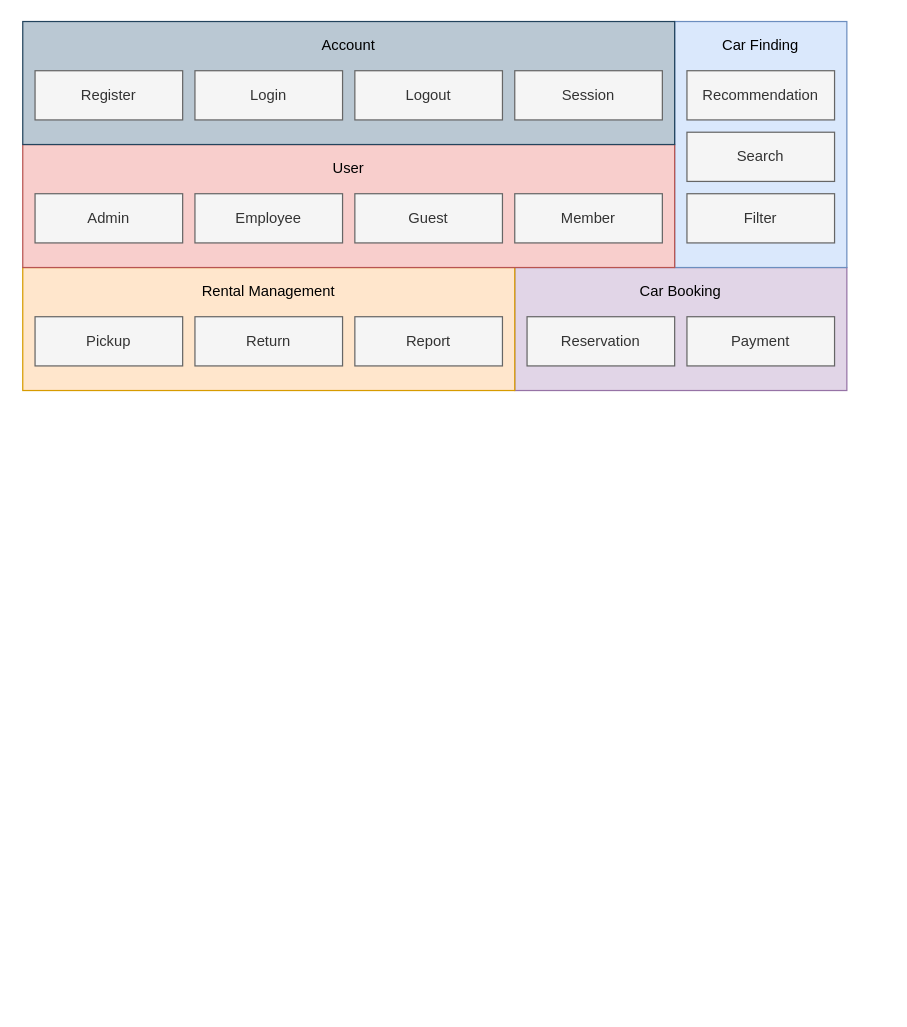
The draw.io diagram Modules/RentalCarModules.drawio in aysegulsari/SWE-530, before the edit. Source tidied: cells renumbered, new cells numbered last; positions are measured from the earlier drawing's top-left corner, leaving out a move shared by most shapes. Both pictures are drawn from the tidied source at 123%, with x=0, y=0 at pixel (22, 21).
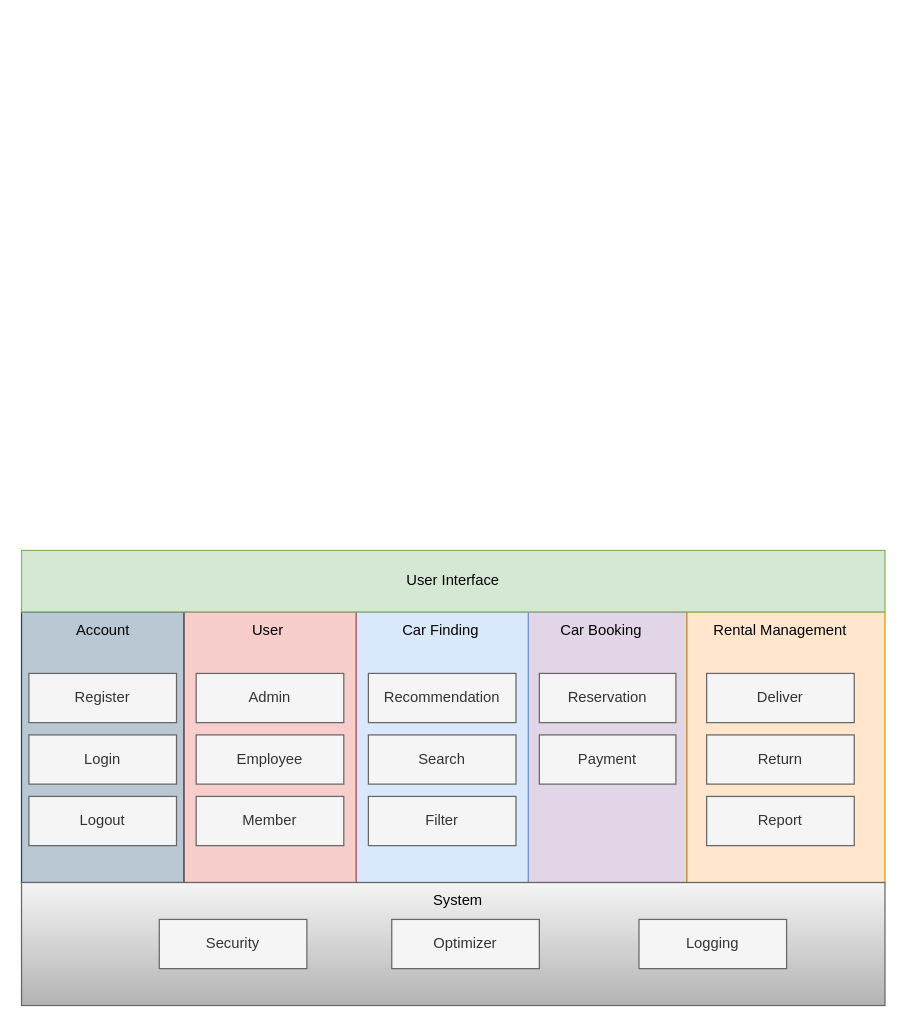
After the change.

What changed in the source:
```diff
@@
     <mxCell id="2" style="rounded=0;whiteSpace=wrap;html=1;fillColor=#e1d5e7;strokeColor=#9673a6;" parent="1" vertex="1">
-      <mxGeometry x="400" y="200" width="270" height="100" as="geometry" />
+      <mxGeometry x="410" y="480" width="130" height="220" as="geometry" />
     </mxCell>
     <mxCell id="3" style="rounded=0;whiteSpace=wrap;html=1;fillColor=#ffe6cc;strokeColor=#d79b00;" parent="1" vertex="1">
-      <mxGeometry y="200" width="400" height="100" as="geometry" />
+      <mxGeometry x="540" y="480" width="161" height="220" as="geometry" />
     </mxCell>
     <mxCell id="4" style="rounded=0;whiteSpace=wrap;html=1;fillColor=#dae8fc;strokeColor=#6c8ebf;" parent="1" vertex="1">
-      <mxGeometry x="530" width="140" height="200" as="geometry" />
+      <mxGeometry x="271" y="480" width="140" height="220" as="geometry" />
     </mxCell>
     <mxCell id="5" style="rounded=0;whiteSpace=wrap;html=1;fillColor=#f8cecc;strokeColor=#b85450;" parent="1" vertex="1">
-      <mxGeometry y="100" width="530" height="100" as="geometry" />
+      <mxGeometry x="131" y="480" width="140" height="220" as="geometry" />
     </mxCell>
     <mxCell id="6" value="Admin" style="rounded=0;whiteSpace=wrap;html=1;fillColor=#f5f5f5;strokeColor=#666666;fontColor=#333333;" parent="1" vertex="1">
-      <mxGeometry x="10" y="140" width="120" height="40" as="geometry" />
+      <mxGeometry x="141" y="530" width="120" height="40" as="geometry" />
     </mxCell>
     <mxCell id="7" value="Employee" style="rounded=0;whiteSpace=wrap;html=1;fillColor=#f5f5f5;strokeColor=#666666;fontColor=#333333;" parent="1" vertex="1">
-      <mxGeometry x="140" y="140" width="120" height="40" as="geometry" />
+      <mxGeometry x="141" y="580" width="120" height="40" as="geometry" />
     </mxCell>
-    <mxCell id="8" value="Guest" style="rounded=0;whiteSpace=wrap;html=1;fillColor=#f5f5f5;strokeColor=#666666;fontColor=#333333;" parent="1" vertex="1">
-      <mxGeometry x="270" y="140" width="120" height="40" as="geometry" />
-    </mxCell>
     <mxCell id="9" value="Member" style="rounded=0;whiteSpace=wrap;html=1;fillColor=#f5f5f5;strokeColor=#666666;fontColor=#333333;" parent="1" vertex="1">
-      <mxGeometry x="400" y="140" width="120" height="40" as="geometry" />
+      <mxGeometry x="141" y="630" width="120" height="40" as="geometry" />
     </mxCell>
     <mxCell id="10" style="rounded=0;whiteSpace=wrap;html=1;fillColor=#bac8d3;strokeColor=#23445d;" parent="1" vertex="1">
-      <mxGeometry width="530" height="100" as="geometry" />
+      <mxGeometry x="-1" y="480" width="132" height="220" as="geometry" />
     </mxCell>
-    <mxCell id="11" value="Session" style="rounded=0;whiteSpace=wrap;html=1;fillColor=#f5f5f5;strokeColor=#666666;fontColor=#333333;" parent="1" vertex="1">
-      <mxGeometry x="400" y="40" width="120" height="40" as="geometry" />
-    </mxCell>
     <mxCell id="12" value="Recommendation" style="rounded=0;whiteSpace=wrap;html=1;fillColor=#f5f5f5;strokeColor=#666666;fontColor=#333333;" parent="1" vertex="1">
-      <mxGeometry x="540" y="40" width="120" height="40" as="geometry" />
+      <mxGeometry x="281" y="530" width="120" height="40" as="geometry" />
     </mxCell>
     <mxCell id="13" value="Search" style="rounded=0;whiteSpace=wrap;html=1;fillColor=#f5f5f5;strokeColor=#666666;fontColor=#333333;" parent="1" vertex="1">
-      <mxGeometry x="540" y="90" width="120" height="40" as="geometry" />
+      <mxGeometry x="281" y="580" width="120" height="40" as="geometry" />
     </mxCell>
     <mxCell id="14" value="Reservation" style="rounded=0;whiteSpace=wrap;html=1;fillColor=#f5f5f5;strokeColor=#666666;fontColor=#333333;" parent="1" vertex="1">
-      <mxGeometry x="410" y="240" width="120" height="40" as="geometry" />
+      <mxGeometry x="420" y="530" width="111" height="40" as="geometry" />
     </mxCell>
     <mxCell id="15" value="Payment" style="rounded=0;whiteSpace=wrap;html=1;fillColor=#f5f5f5;strokeColor=#666666;fontColor=#333333;" parent="1" vertex="1">
-      <mxGeometry x="540" y="240" width="120" height="40" as="geometry" />
+      <mxGeometry x="420" y="580" width="111" height="40" as="geometry" />
     </mxCell>
-    <mxCell id="16" value="Pickup" style="rounded=0;whiteSpace=wrap;html=1;fillColor=#f5f5f5;strokeColor=#666666;fontColor=#333333;" parent="1" vertex="1">
-      <mxGeometry x="10" y="240" width="120" height="40" as="geometry" />
+    <mxCell id="16" value="Deliver" style="rounded=0;whiteSpace=wrap;html=1;fillColor=#f5f5f5;strokeColor=#666666;fontColor=#333333;" parent="1" vertex="1">
+      <mxGeometry x="556" y="530" width="120" height="40" as="geometry" />
     </mxCell>
     <mxCell id="17" value="Return" style="rounded=0;whiteSpace=wrap;html=1;fillColor=#f5f5f5;strokeColor=#666666;fontColor=#333333;" parent="1" vertex="1">
-      <mxGeometry x="140" y="240" width="120" height="40" as="geometry" />
+      <mxGeometry x="556" y="580" width="120" height="40" as="geometry" />
     </mxCell>
     <mxCell id="18" value="Register" style="rounded=0;whiteSpace=wrap;html=1;fillColor=#f5f5f5;strokeColor=#666666;fontColor=#333333;" parent="1" vertex="1">
-      <mxGeometry x="10" y="40" width="120" height="40" as="geometry" />
+      <mxGeometry x="5" y="530" width="120" height="40" as="geometry" />
     </mxCell>
     <mxCell id="19" value="Login" style="rounded=0;whiteSpace=wrap;html=1;fillColor=#f5f5f5;strokeColor=#666666;fontColor=#333333;" parent="1" vertex="1">
-      <mxGeometry x="140" y="40" width="120" height="40" as="geometry" />
+      <mxGeometry x="5" y="580" width="120" height="40" as="geometry" />
     </mxCell>
     <mxCell id="20" value="Logout" style="rounded=0;whiteSpace=wrap;html=1;fillColor=#f5f5f5;strokeColor=#666666;fontColor=#333333;" parent="1" vertex="1">
-      <mxGeometry x="270" y="40" width="120" height="40" as="geometry" />
+      <mxGeometry x="5" y="630" width="120" height="40" as="geometry" />
     </mxCell>
     <mxCell id="21" value="Report" style="rounded=0;whiteSpace=wrap;html=1;fillColor=#f5f5f5;strokeColor=#666666;fontColor=#333333;" parent="1" vertex="1">
-      <mxGeometry x="270" y="240" width="120" height="40" as="geometry" />
+      <mxGeometry x="556" y="630" width="120" height="40" as="geometry" />
     </mxCell>
     <mxCell id="22" value="User" style="text;html=1;strokeColor=none;fillColor=none;align=center;verticalAlign=middle;whiteSpace=wrap;rounded=0;" parent="1" vertex="1">
-      <mxGeometry x="10" y="110" width="510" height="20" as="geometry" />
+      <mxGeometry x="149" y="485" width="101" height="20" as="geometry" />
     </mxCell>
     <mxCell id="23" value="Account" style="text;html=1;strokeColor=none;fillColor=none;align=center;verticalAlign=middle;whiteSpace=wrap;rounded=0;" parent="1" vertex="1">
-      <mxGeometry x="10" y="10" width="510" height="20" as="geometry" />
+      <mxGeometry x="14.5" y="485" width="101" height="20" as="geometry" />
     </mxCell>
     <mxCell id="24" value="Filter" style="rounded=0;whiteSpace=wrap;html=1;fillColor=#f5f5f5;strokeColor=#666666;fontColor=#333333;" parent="1" vertex="1">
-      <mxGeometry x="540" y="140" width="120" height="40" as="geometry" />
+      <mxGeometry x="281" y="630" width="120" height="40" as="geometry" />
     </mxCell>
     <mxCell id="25" value="Car Finding" style="text;html=1;strokeColor=none;fillColor=none;align=center;verticalAlign=middle;whiteSpace=wrap;rounded=0;" parent="1" vertex="1">
-      <mxGeometry x="540" y="10" width="120" height="20" as="geometry" />
+      <mxGeometry x="280" y="485" width="120" height="20" as="geometry" />
     </mxCell>
     <mxCell id="26" value="Rental Management" style="text;html=1;strokeColor=none;fillColor=none;align=center;verticalAlign=middle;whiteSpace=wrap;rounded=0;" parent="1" vertex="1">
-      <mxGeometry x="10" y="210" width="380" height="20" as="geometry" />
+      <mxGeometry x="551" y="485" width="130" height="20" as="geometry" />
     </mxCell>
     <mxCell id="27" value="Car Booking" style="text;html=1;strokeColor=none;fillColor=none;align=center;verticalAlign=middle;whiteSpace=wrap;rounded=0;" parent="1" vertex="1">
-      <mxGeometry x="410" y="210" width="250" height="20" as="geometry" />
+      <mxGeometry x="416.8" y="485" width="106.5" height="20" as="geometry" />
     </mxCell>
+    <mxCell id="28" style="rounded=0;whiteSpace=wrap;html=1;fillColor=#f5f5f5;strokeColor=#666666;gradientColor=#b3b3b3;" parent="1" vertex="1">
+      <mxGeometry x="-1" y="700" width="702" height="100" as="geometry" />
+    </mxCell>
+    <mxCell id="29" value="System" style="text;html=1;strokeColor=none;fillColor=none;align=center;verticalAlign=middle;whiteSpace=wrap;rounded=0;" parent="1" vertex="1">
+      <mxGeometry x="17" y="705" width="674" height="20" as="geometry" />
+    </mxCell>
+    <mxCell id="30" value="Security" style="rounded=0;whiteSpace=wrap;html=1;fillColor=#f5f5f5;strokeColor=#666666;fontColor=#333333;" parent="1" vertex="1">
+      <mxGeometry x="111" y="730" width="120" height="40" as="geometry" />
+    </mxCell>
+    <mxCell id="31" value="Optimizer" style="rounded=0;whiteSpace=wrap;html=1;fillColor=#f5f5f5;strokeColor=#666666;fontColor=#333333;" parent="1" vertex="1">
+      <mxGeometry x="300" y="730" width="120" height="40" as="geometry" />
+    </mxCell>
+    <mxCell id="32" value="Logging" style="rounded=0;whiteSpace=wrap;html=1;fillColor=#f5f5f5;strokeColor=#666666;fontColor=#333333;" parent="1" vertex="1">
+      <mxGeometry x="501" y="730" width="120" height="40" as="geometry" />
+    </mxCell>
+    <mxCell id="33" style="rounded=0;whiteSpace=wrap;html=1;fillColor=#d5e8d4;strokeColor=#82b366;" parent="1" vertex="1">
+      <mxGeometry x="-1" y="430" width="702" height="50" as="geometry" />
+    </mxCell>
+    <mxCell id="34" value="User Interface" style="text;html=1;strokeColor=none;fillColor=none;align=center;verticalAlign=middle;whiteSpace=wrap;rounded=0;" parent="1" vertex="1">
+      <mxGeometry x="13" y="445" width="674" height="20" as="geometry" />
+    </mxCell>
```
